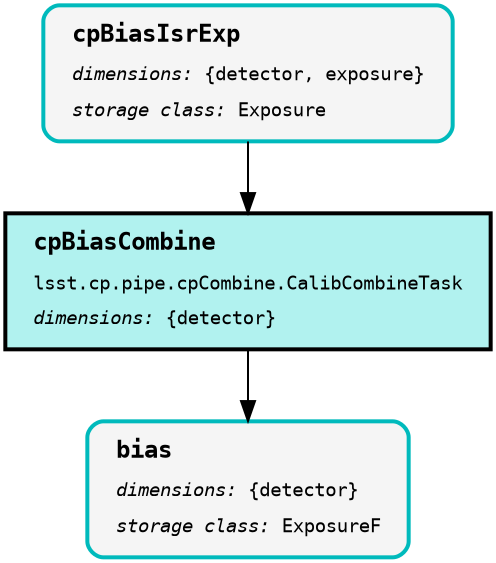
Before: pipelines/bias/step2/pipeline.png, a diagram exported from Graphviz (dirac-institute/proc-decam). Its source is kept beside it as pipelines/flat/step1/pipeline.dot.
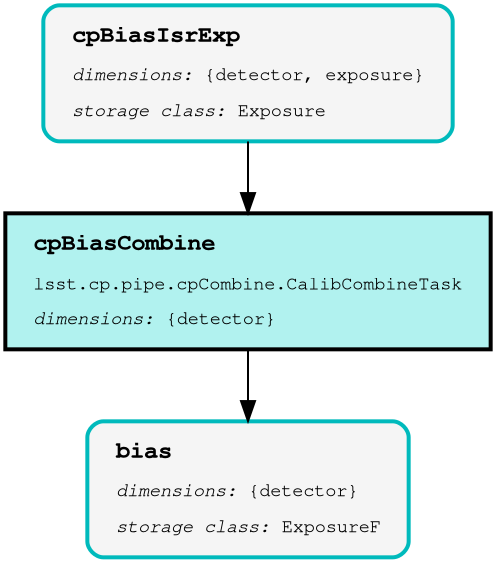
The same diagram one commit later.

Diff of the diagram source:
```diff
@@ -3,19 +3,19 @@
 node [shape="box", fontname="Monospace", fontsize="14", margin="0.2,0.1", penwidth="3"];
 edge [color="black", arrowsize="1.5", penwidth="1.5", pad="10mm"];
 "cpFlatIsr:2" [style="filled", color="black", fillcolor="#B1F2EF", label=<<TABLE BORDER="0" CELLPADDING="5"><TR><TD ALIGN="LEFT"><B><FONT POINT-SIZE="18">cpFlatIsr</FONT></B></TD></TR><TR><TD ALIGN="LEFT">lsst.ip.isr.isrTask.IsrTask</TD></TR><TR><TD ALIGN="LEFT"><I>dimensions:</I>&nbsp;{detector, exposure}</TD></TR></TABLE>>];
+"camera:0" [style="rounded,filled,bold", color="#00BABC", fillcolor="#F5F5F5", label=<<TABLE BORDER="0" CELLPADDING="5"><TR><TD ALIGN="LEFT"><B><FONT POINT-SIZE="18">camera</FONT></B></TD></TR><TR><TD ALIGN="LEFT"><I>dimensions:</I>&nbsp;{instrument}</TD></TR><TR><TD ALIGN="LEFT"><I>storage class:</I>&nbsp;Camera</TD></TR></TABLE>>];
+"crosstalk:0" [style="rounded,filled,bold", color="#00BABC", fillcolor="#F5F5F5", label=<<TABLE BORDER="0" CELLPADDING="5"><TR><TD ALIGN="LEFT"><B><FONT POINT-SIZE="18">crosstalk</FONT></B></TD></TR><TR><TD ALIGN="LEFT"><I>dimensions:</I>&nbsp;{detector}</TD></TR><TR><TD ALIGN="LEFT"><I>storage class:</I>&nbsp;CrosstalkCalib</TD></TR></TABLE>>];
+"bias:0" [style="rounded,filled,bold", color="#00BABC", fillcolor="#F5F5F5", label=<<TABLE BORDER="0" CELLPADDING="5"><TR><TD ALIGN="LEFT"><B><FONT POINT-SIZE="18">bias</FONT></B></TD></TR><TR><TD ALIGN="LEFT"><I>dimensions:</I>&nbsp;{detector}</TD></TR><TR><TD ALIGN="LEFT"><I>storage class:</I>&nbsp;ExposureF</TD></TR></TABLE>>];
 "linearizer:0" [style="rounded,filled,bold", color="#00BABC", fillcolor="#F5F5F5", label=<<TABLE BORDER="0" CELLPADDING="5"><TR><TD ALIGN="LEFT"><B><FONT POINT-SIZE="18">linearizer</FONT></B></TD></TR><TR><TD ALIGN="LEFT"><I>dimensions:</I>&nbsp;{detector}</TD></TR><TR><TD ALIGN="LEFT"><I>storage class:</I>&nbsp;Linearizer</TD></TR></TABLE>>];
-"bias:0" [style="rounded,filled,bold", color="#00BABC", fillcolor="#F5F5F5", label=<<TABLE BORDER="0" CELLPADDING="5"><TR><TD ALIGN="LEFT"><B><FONT POINT-SIZE="18">bias</FONT></B></TD></TR><TR><TD ALIGN="LEFT"><I>dimensions:</I>&nbsp;{detector}</TD></TR><TR><TD ALIGN="LEFT"><I>storage class:</I>&nbsp;ExposureF</TD></TR></TABLE>>];
-"crosstalk:0" [style="rounded,filled,bold", color="#00BABC", fillcolor="#F5F5F5", label=<<TABLE BORDER="0" CELLPADDING="5"><TR><TD ALIGN="LEFT"><B><FONT POINT-SIZE="18">crosstalk</FONT></B></TD></TR><TR><TD ALIGN="LEFT"><I>dimensions:</I>&nbsp;{detector}</TD></TR><TR><TD ALIGN="LEFT"><I>storage class:</I>&nbsp;CrosstalkCalib</TD></TR></TABLE>>];
-"camera:0" [style="rounded,filled,bold", color="#00BABC", fillcolor="#F5F5F5", label=<<TABLE BORDER="0" CELLPADDING="5"><TR><TD ALIGN="LEFT"><B><FONT POINT-SIZE="18">camera</FONT></B></TD></TR><TR><TD ALIGN="LEFT"><I>dimensions:</I>&nbsp;{instrument}</TD></TR><TR><TD ALIGN="LEFT"><I>storage class:</I>&nbsp;Camera</TD></TR></TABLE>>];
 "cpFlatIsrExp:0" [style="rounded,filled,bold", color="#00BABC", fillcolor="#F5F5F5", label=<<TABLE BORDER="0" CELLPADDING="5"><TR><TD ALIGN="LEFT"><B><FONT POINT-SIZE="18">cpFlatIsrExp</FONT></B></TD></TR><TR><TD ALIGN="LEFT"><I>dimensions:</I>&nbsp;{detector, exposure}</TD></TR><TR><TD ALIGN="LEFT"><I>storage class:</I>&nbsp;Exposure</TD></TR></TABLE>>];
 "cpFlatMeasure:2" [style="filled", color="black", fillcolor="#B1F2EF", label=<<TABLE BORDER="0" CELLPADDING="5"><TR><TD ALIGN="LEFT"><B><FONT POINT-SIZE="18">cpFlatMeasure</FONT></B></TD></TR><TR><TD ALIGN="LEFT">lsst.cp.pipe.cpFlatMeasure.CpFlatMeasureTask</TD></TR><TR><TD ALIGN="LEFT"><I>dimensions:</I>&nbsp;{detector, exposure}</TD></TR></TABLE>>];
 "cpFlatStatistics:0" [style="rounded,filled,bold", color="#00BABC", fillcolor="#F5F5F5", label=<<TABLE BORDER="0" CELLPADDING="5"><TR><TD ALIGN="LEFT"><B><FONT POINT-SIZE="18">cpFlatStatistics</FONT></B></TD></TR><TR><TD ALIGN="LEFT"><I>dimensions:</I>&nbsp;{detector, exposure}</TD></TR><TR><TD ALIGN="LEFT"><I>storage class:</I>&nbsp;PropertyList</TD></TR></TABLE>>];
 "998e6c26:0" [style="rounded,filled,bold", color="#00BABC", fillcolor="#F5F5F5", label=<<TABLE BORDER="0" CELLPADDING="5"><TR><TD ALIGN="LEFT"><B><FONT POINT-SIZE="18">raw</FONT></B></TD></TR><TR><TD ALIGN="LEFT"><B><FONT POINT-SIZE="18">overscanRaw</FONT></B></TD></TR><TR><TD ALIGN="LEFT"><I>dimensions:</I>&nbsp;{detector, exposure}</TD></TR><TR><TD ALIGN="LEFT"><I>storage class:</I>&nbsp;Exposure</TD></TR></TABLE>>];
 "cpFlatIsr:2" -> "cpFlatIsrExp:0";
+"camera:0" -> "cpFlatIsr:2" [style="dashed"];
+"crosstalk:0" -> "cpFlatIsr:2" [style="dashed"];
+"bias:0" -> "cpFlatIsr:2" [style="dashed"];
 "linearizer:0" -> "cpFlatIsr:2" [style="dashed"];
-"bias:0" -> "cpFlatIsr:2" [style="dashed"];
-"crosstalk:0" -> "cpFlatIsr:2" [style="dashed"];
-"camera:0" -> "cpFlatIsr:2" [style="dashed"];
 "cpFlatIsrExp:0" -> "cpFlatMeasure:2";
 "cpFlatMeasure:2" -> "cpFlatStatistics:0";
 "998e6c26:0" -> "cpFlatIsr:2";
```
